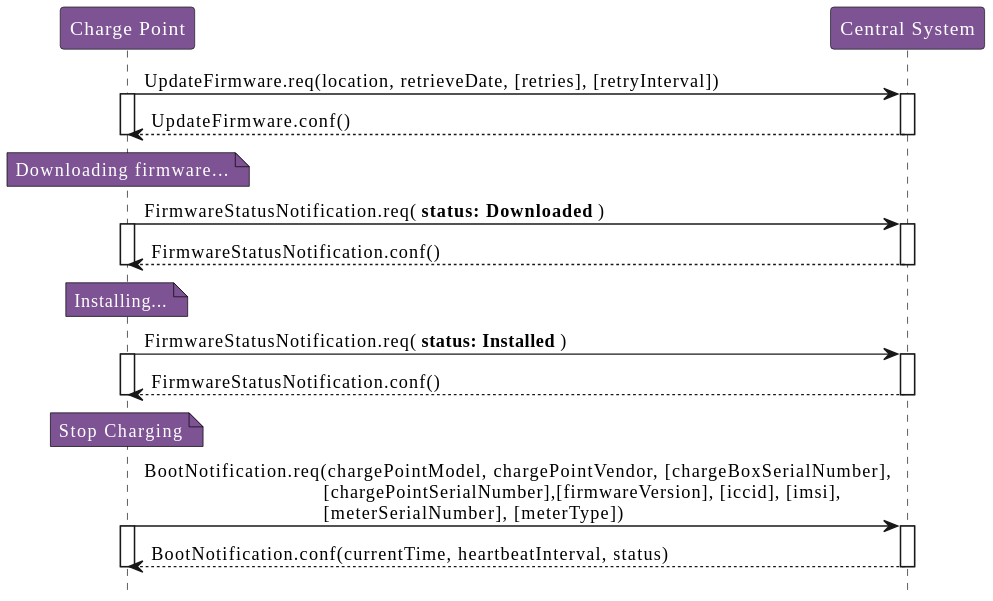
The PlantUML diagram OCPP_1.6/images/figure_2.svg in phoi5675/ocpp-markdown, before a commit.
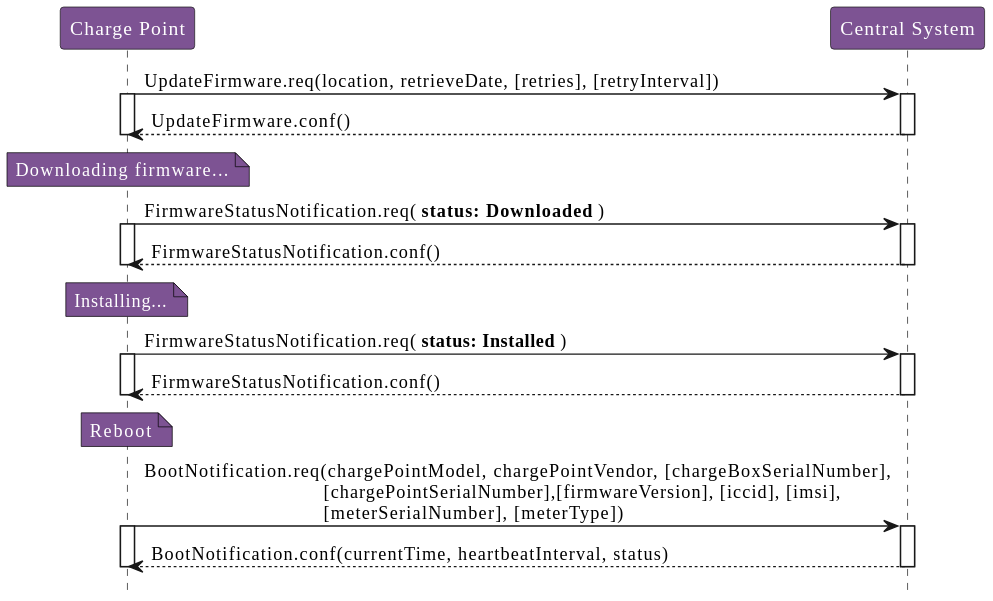
The same file after the commit.

Commit message:
Fix typo on uml

Change to the diagram source:
```diff
@@ -36,7 +36,7 @@
 deactivate CentralSystem
 
 note over ChargePoint
-Stop Charging
+Reboot
 end note
 ChargePoint -> CentralSystem :BootNotification.req(chargePointModel, chargePointVendor, [chargeBoxSerialNumber],\n\t\t\t\t[chargePointSerialNumber],[firmwareVersion], [iccid], [imsi],\n\t\t\t\t[meterSerialNumber], [meterType])
 
```
